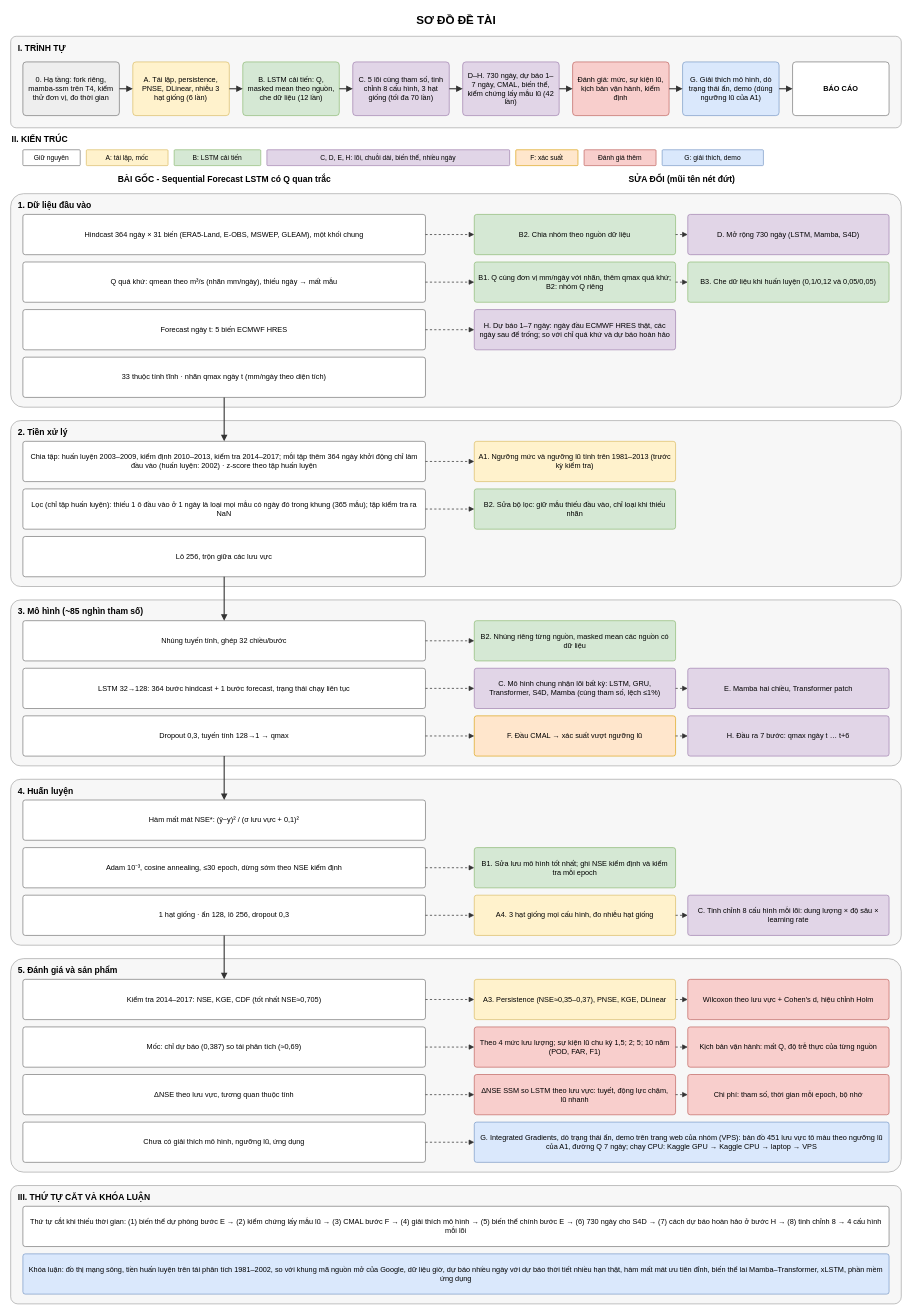
Above: Diagrams/ProjectDiagram.drawio in Ticasslo/TieuLuanChuyenNganh (draw.io), before the change. Source tidied: cells renumbered, new cells numbered last; positions are measured from the earlier drawing's top-left corner, leaving out a move shared by most shapes. Both pictures are drawn from the tidied source at 61%, with x=0, y=0 at pixel (10, 10).
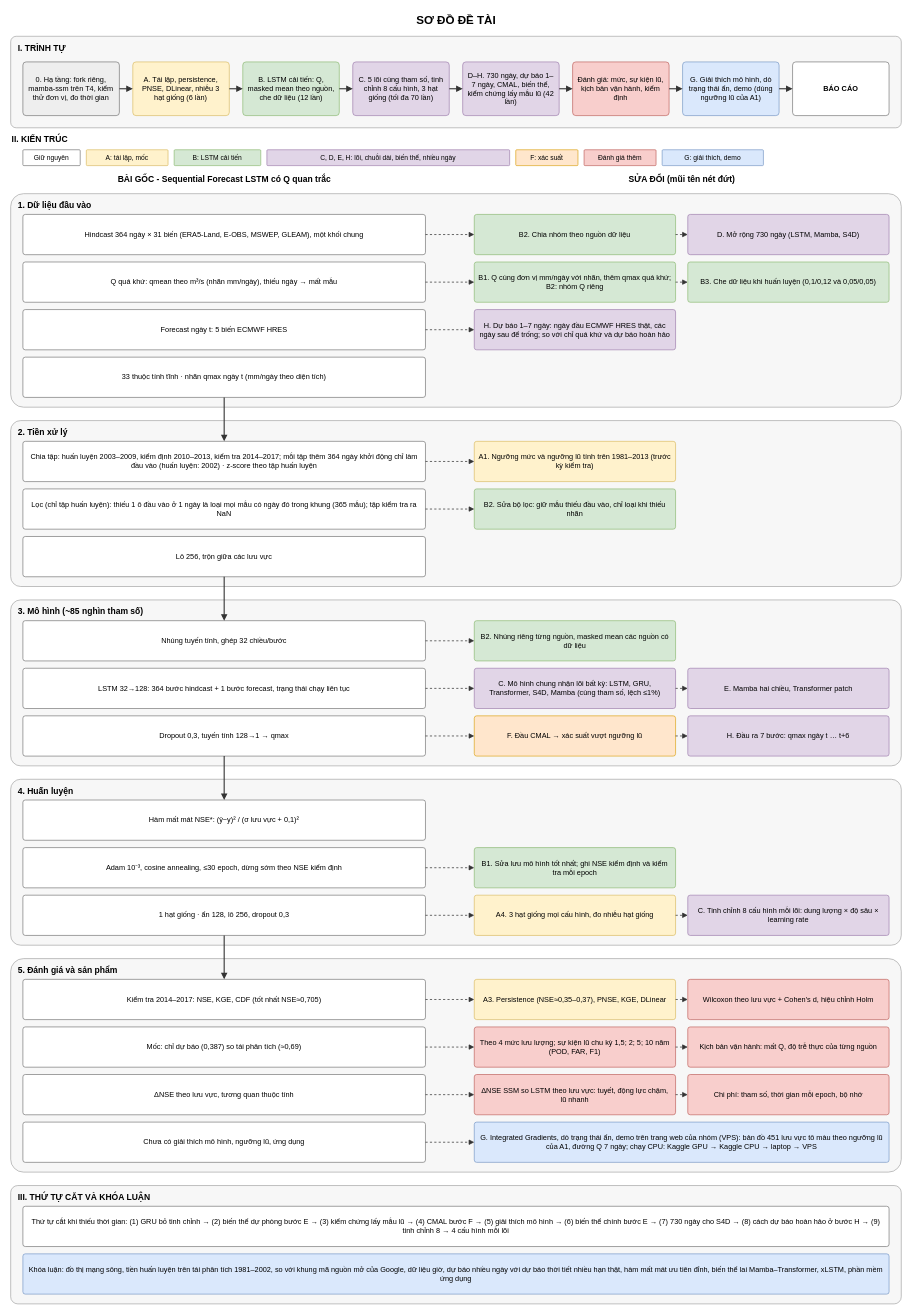
After the change.

Commit message (it also covers changes not shown here):
GRU: căn cứ giữ làm mốc (Gao 2020, Demiray & Demir) ở pipeline Mục 4.2 và Mục 13; thêm GRU bỏ tinh chỉnh vào đầu thứ tự cắt Mục 8.3; sinh lại sơ đồ

The edit, as a diff of the source:
```diff
@@
-    <mxCell id="100" value="Thứ tự cắt khi thiếu thời gian: (1) biến thể dự phòng bước E → (2) kiểm chứng lấy mẫu lũ → (3) CMAL bước F → (4) giải thích mô hình → (5) biến thể chính bước E → (6) 730 ngày cho S4D → (7) cách dự báo hoàn hảo ở bước H → (8) tinh chỉnh 8 → 4 cấu hình mỗi lõi" style="rounded=1;arcSize=6;whiteSpace=wrap;html=1;fillColor=#ffffff;strokeColor=#666666;fontSize=12;align=center;spacingLeft=6;spacingRight=6;" parent="1" vertex="1">
+    <mxCell id="100" value="Thứ tự cắt khi thiếu thời gian: (1) GRU bỏ tinh chỉnh → (2) biến thể dự phòng bước E → (3) kiểm chứng lấy mẫu lũ → (4) CMAL bước F → (5) giải thích mô hình → (6) biến thể chính bước E → (7) 730 ngày cho S4D → (8) cách dự báo hoàn hảo ở bước H → (9) tinh chỉnh 8 → 4 cấu hình mỗi lõi" style="rounded=1;arcSize=6;whiteSpace=wrap;html=1;fillColor=#ffffff;strokeColor=#666666;fontSize=12;align=center;spacingLeft=6;spacingRight=6;" parent="1" vertex="1">
       <mxGeometry x="20" y="1960" width="1420" height="66" as="geometry" />
     </mxCell>
```
